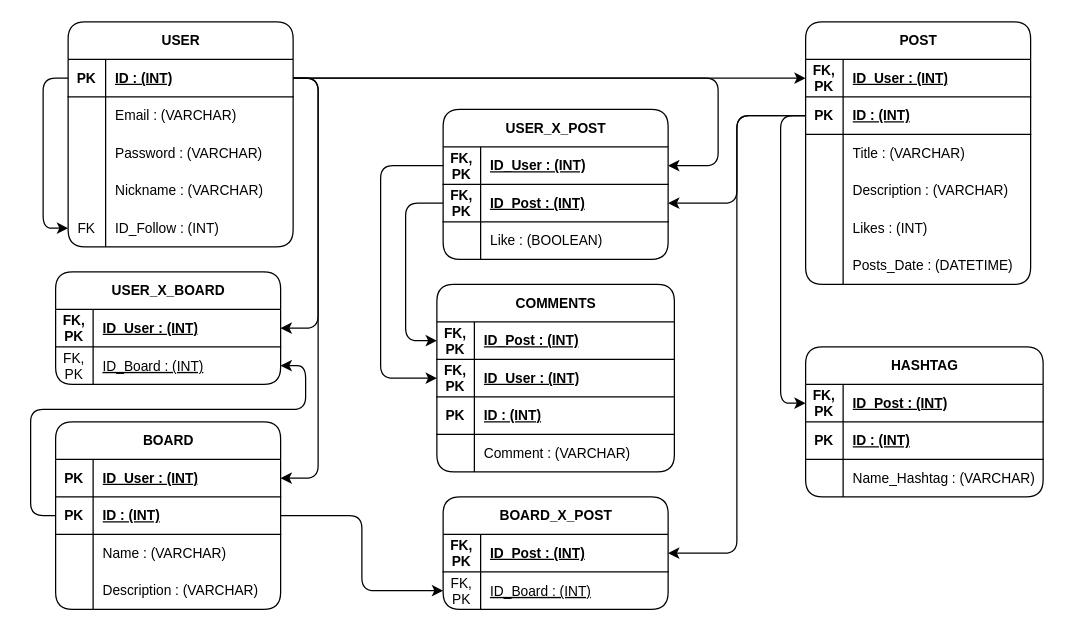
This is page "MR" (2 of 2) of Models Relation Entity/Portfolio_Art.drawio from ZalazarFernando/Portfolio_Art, a draw.io file, before an edit. Source tidied: cells renumbered, new cells numbered last; positions are measured from the earlier drawing's top-left corner, leaving out a move shared by most shapes. Both pictures are drawn from the tidied source at 125%, with x=0, y=0 at pixel (30, 21).
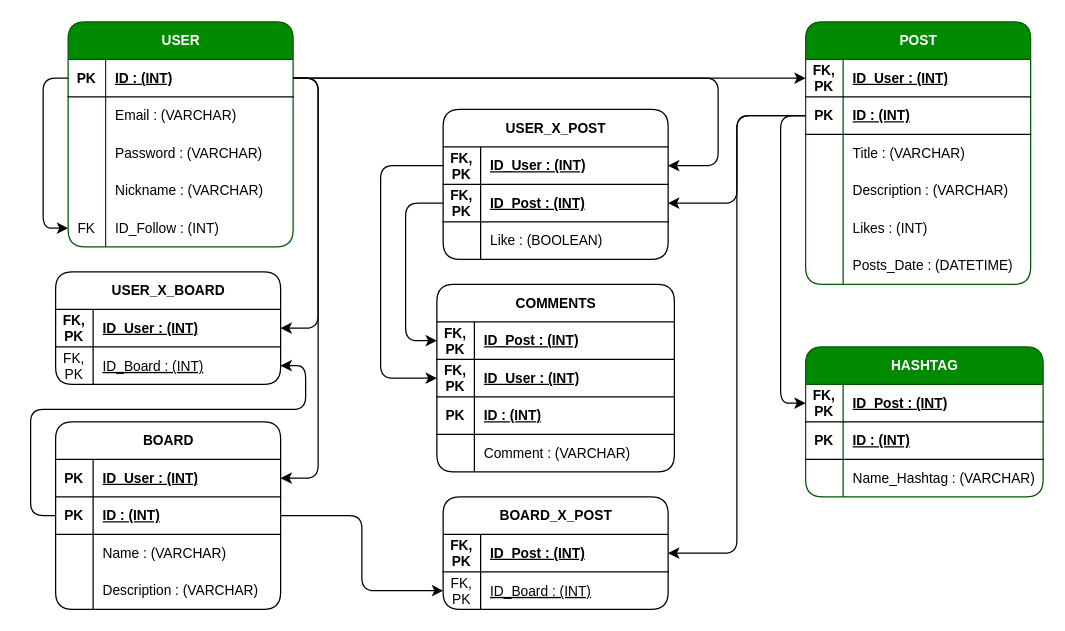
After the change.

The edit, as a diff of the source:
```diff
@@
-    <mxCell id="3" value="USER" style="shape=table;startSize=30;childLayout=tableLayout;rowLines=0;fontStyle=1;align=center;html=1;rounded=1;fontFamily=Helvetica;fontSize=11;fontColor=default;" parent="1" vertex="1">
+    <mxCell id="3" value="USER" style="shape=table;startSize=30;childLayout=tableLayout;rowLines=0;fontStyle=1;align=center;html=1;rounded=1;fontFamily=Helvetica;fontSize=11;fontColor=#ffffff;fillColor=#008a00;strokeColor=#005700;" parent="1" vertex="1">
       <mxGeometry x="30" width="180" height="180" as="geometry" />
     </mxCell>
@@
-    <mxCell id="19" value="POST" style="shape=table;startSize=30;childLayout=tableLayout;rowLines=0;fontStyle=1;align=center;html=1;rounded=1;fontFamily=Helvetica;fontSize=11;fontColor=default;" parent="1" vertex="1">
+    <mxCell id="19" value="POST" style="shape=table;startSize=30;childLayout=tableLayout;rowLines=0;fontStyle=1;align=center;html=1;rounded=1;fontFamily=Helvetica;fontSize=11;fontColor=#ffffff;fillColor=#008a00;strokeColor=#005700;" parent="1" vertex="1">
       <mxGeometry x="620" width="180" height="210" as="geometry" />
     </mxCell>
@@
-    <mxCell id="38" value="HASHTAG" style="shape=table;startSize=30;childLayout=tableLayout;rowLines=0;fontStyle=1;align=center;html=1;rounded=1;fontFamily=Helvetica;fontSize=11;fontColor=default;" parent="1" vertex="1">
+    <mxCell id="38" value="HASHTAG" style="shape=table;startSize=30;childLayout=tableLayout;rowLines=0;fontStyle=1;align=center;html=1;rounded=1;fontFamily=Helvetica;fontSize=11;fontColor=#ffffff;fillColor=#008a00;strokeColor=#005700;" parent="1" vertex="1">
       <mxGeometry x="620" y="260" width="190" height="120" as="geometry" />
     </mxCell>
```
